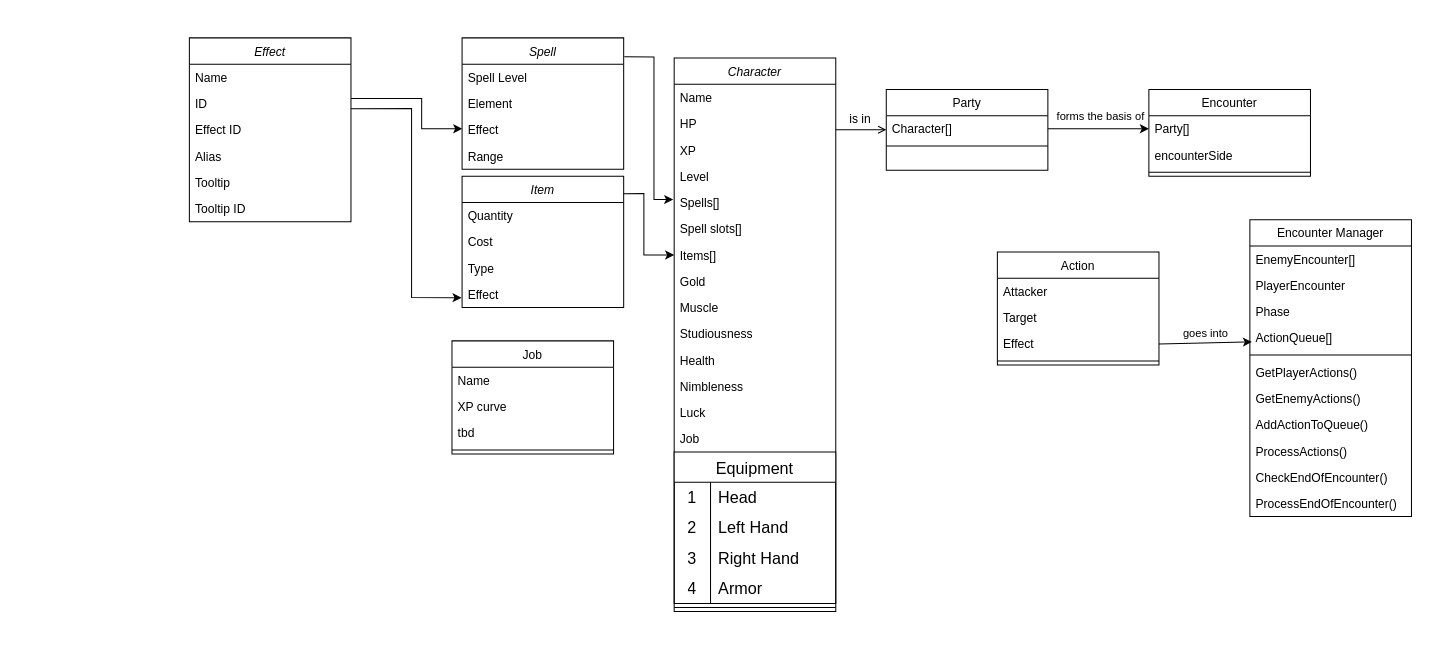
This is classes.drawio from Schir/rpg-backend, a draw.io file, before an edit. Source tidied: cells renumbered, new cells numbered last; positions are measured from the earlier drawing's top-left corner, leaving out a move shared by most shapes. Both pictures are drawn from the tidied source at 101%, with x=0, y=0 at pixel (189, 37).
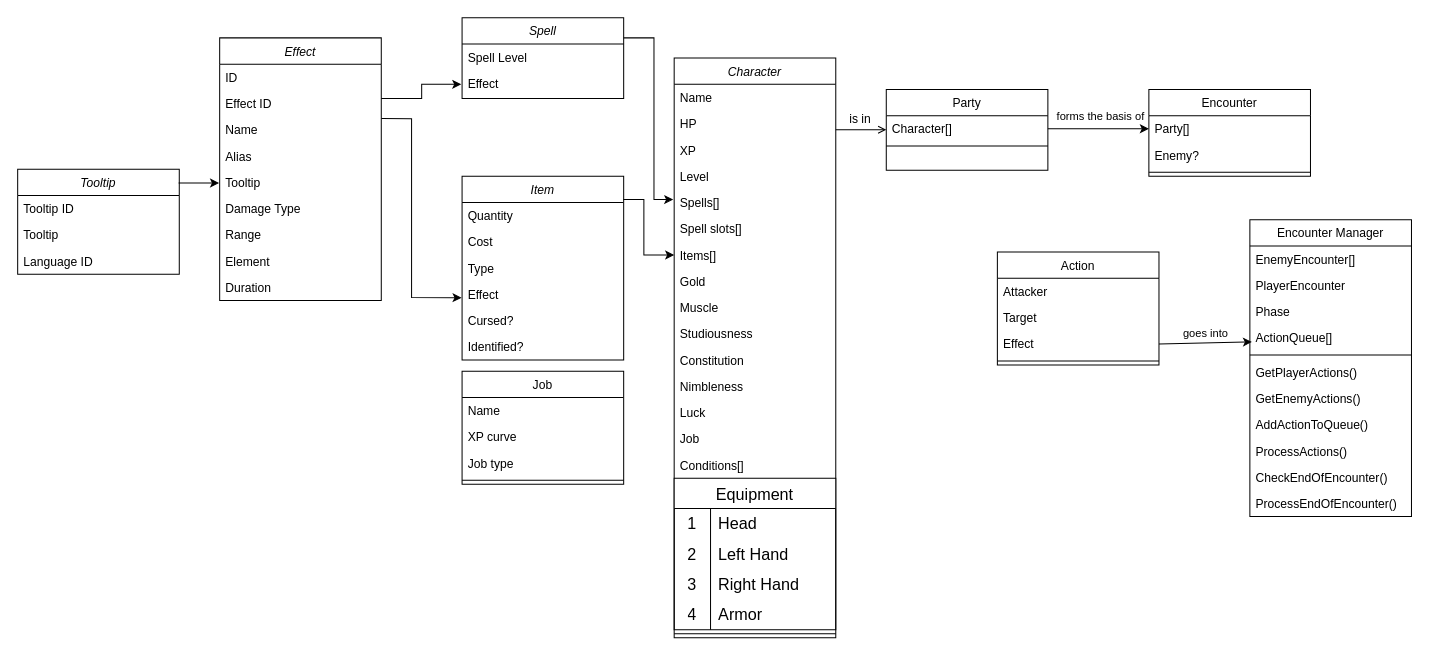
Above is the later version.

The change refers to these unchanged cells:
```xml
<mxCell id="7" value="Spells[]" style="text;align=left;verticalAlign=top;spacingLeft=4;spacingRight=4;overflow=hidden;points=[[0,0.5],[1,0.5]];portConstraint=eastwest;rounded=0;shadow=0;html=0;" parent="2" vertex="1">
  <mxGeometry y="130" width="160" height="26" as="geometry" />
</mxCell>
<mxCell id="9" value="Items[]" style="text;align=left;verticalAlign=top;spacingLeft=4;spacingRight=4;overflow=hidden;points=[[0,0.5],[1,0.5]];portConstraint=eastwest;rounded=0;shadow=0;html=0;" parent="2" vertex="1">
  <mxGeometry y="182" width="160" height="26" as="geometry" />
</mxCell>
<mxCell id="40" value="Effect" style="text;align=left;verticalAlign=top;spacingLeft=4;spacingRight=4;overflow=hidden;points=[[0,0.5],[1,0.5]];portConstraint=eastwest;rounded=0;shadow=0;html=0;" parent="36" vertex="1">
  <mxGeometry y="104" width="160" height="26" as="geometry" />
</mxCell>
<mxCell id="41" value="Encounter" style="swimlane;fontStyle=0;align=center;verticalAlign=top;horizontal=1;startSize=26;rounded=0;shadow=0;strokeWidth=1;" parent="1" vertex="1">
  <mxGeometry x="950" y="51" width="160" height="86" as="geometry" />
</mxCell>
<mxCell id="58" value="Tooltip" style="text;align=left;verticalAlign=top;spacingLeft=4;spacingRight=4;overflow=hidden;points=[[0,0.5],[1,0.5]];portConstraint=eastwest;rounded=0;shadow=0;html=0;" parent="53" vertex="1">
  <mxGeometry y="130" width="160" height="26" as="geometry" />
</mxCell>
```

Diff of the diagram source:
```diff
@@
     <mxCell id="2" value="Character" style="swimlane;fontStyle=2;align=center;verticalAlign=top;horizontal=1;startSize=26;rounded=0;shadow=0;strokeWidth=1;" parent="1" vertex="1">
-      <mxGeometry x="480" y="20" width="160" height="548" as="geometry" />
+      <mxGeometry x="480" y="20" width="160" height="574" as="geometry" />
     </mxCell>
@@
-    <mxCell id="13" value="Health" style="text;align=left;verticalAlign=top;spacingLeft=4;spacingRight=4;overflow=hidden;rounded=0;shadow=0;html=0;" parent="2" vertex="1">
+    <mxCell id="13" value="Constitution" style="text;align=left;verticalAlign=top;spacingLeft=4;spacingRight=4;overflow=hidden;rounded=0;shadow=0;html=0;" parent="2" vertex="1">
       <mxGeometry y="286" width="160" height="26" as="geometry" />
     </mxCell>
@@
+    <mxCell id="87" value="Conditions[]" style="text;align=left;verticalAlign=top;spacingLeft=4;spacingRight=4;overflow=hidden;rounded=0;shadow=0;html=0;" parent="2" vertex="1">
+      <mxGeometry y="390" width="160" height="26" as="geometry" />
+    </mxCell>
     <mxCell id="17" value="Equipment" style="shape=table;startSize=30;childLayout=tableLayout;rowLines=0;fontStyle=0;strokeColor=default;fontSize=16;" parent="2" vertex="1">
-      <mxGeometry y="390" width="160" height="150" as="geometry" />
+      <mxGeometry y="416" width="160" height="150" as="geometry" />
     </mxCell>
@@
     <mxCell id="30" style="line;html=1;strokeWidth=1;align=left;verticalAlign=middle;spacingTop=-1;spacingLeft=3;spacingRight=3;labelPosition=right;" parent="2" vertex="1">
-      <mxGeometry y="540" width="160" height="8" as="geometry" />
+      <mxGeometry y="566" width="160" height="8" as="geometry" />
     </mxCell>
@@
     <mxCell id="36" value="Item" style="swimlane;fontStyle=2;align=center;verticalAlign=top;horizontal=1;startSize=26;rounded=0;shadow=0;strokeWidth=1;" parent="1" vertex="1">
-      <mxGeometry x="270" y="137" width="160" height="130" as="geometry" />
+      <mxGeometry x="270" y="137" width="160" height="182" as="geometry" />
     </mxCell>
@@
+    <mxCell id="88" value="Cursed?" style="text;align=left;verticalAlign=top;spacingLeft=4;spacingRight=4;overflow=hidden;rounded=0;shadow=0;html=0;" parent="36" vertex="1">
+      <mxGeometry y="130" width="160" height="26" as="geometry" />
+    </mxCell>
+    <mxCell id="89" value="Identified?" style="text;align=left;verticalAlign=top;spacingLeft=4;spacingRight=4;overflow=hidden;rounded=0;shadow=0;html=0;" parent="36" vertex="1">
+      <mxGeometry y="156" width="160" height="26" as="geometry" />
+    </mxCell>
@@
-    <mxCell id="43" value="encounterSide" style="text;align=left;verticalAlign=top;spacingLeft=4;spacingRight=4;overflow=hidden;" parent="41" vertex="1">
+    <mxCell id="43" value="Enemy?" style="text;align=left;verticalAlign=top;spacingLeft=4;spacingRight=4;overflow=hidden;" parent="41" vertex="1">
       <mxGeometry y="52" width="160" height="26" as="geometry" />
     </mxCell>
@@
-    <mxCell id="47" style="endArrow=classic;html=1;rounded=0;entryX=0;entryY=0.5;entryDx=0;entryDy=0;exitX=0.998;exitY=0.133;exitDx=0;exitDy=0;exitPerimeter=0;" parent="1" edge="1" source="36" target="9">
+    <mxCell id="47" style="endArrow=classic;html=1;rounded=0;entryX=0;entryY=0.5;entryDx=0;entryDy=0;exitX=0.998;exitY=0.126;exitDx=0;exitDy=0;exitPerimeter=0;" parent="1" edge="1" source="36" target="9">
       <mxGeometry relative="1" as="geometry">
         <Array as="points">
-          <mxPoint x="450" y="154" />
+          <mxPoint x="450" y="160" />
           <mxPoint x="450" y="215" />
         </Array>
       </mxGeometry>
     </mxCell>
     <mxCell id="48" value="Spell" style="swimlane;fontStyle=2;align=center;verticalAlign=top;horizontal=1;startSize=26;rounded=0;shadow=0;strokeWidth=1;" parent="1" vertex="1">
-      <mxGeometry x="270" width="160" height="130" as="geometry" />
+      <mxGeometry x="270" y="-20" width="160" height="80" as="geometry" />
     </mxCell>
@@
-    <mxCell id="50" value="Element" style="text;align=left;verticalAlign=top;spacingLeft=4;spacingRight=4;overflow=hidden;rounded=0;shadow=0;html=0;" parent="48" vertex="1">
-      <mxGeometry y="52" width="160" height="26" as="geometry" />
-    </mxCell>
     <mxCell id="51" value="Effect" style="text;align=left;verticalAlign=top;spacingLeft=4;spacingRight=4;overflow=hidden;points=[[0,0.5],[1,0.5]];portConstraint=eastwest;rounded=0;shadow=0;html=0;" parent="48" vertex="1">
-      <mxGeometry y="78" width="160" height="26" as="geometry" />
+      <mxGeometry y="52" width="160" height="26" as="geometry" />
     </mxCell>
-    <mxCell id="52" value="Range" style="text;align=left;verticalAlign=top;spacingLeft=4;spacingRight=4;overflow=hidden;rounded=0;shadow=0;html=0;" parent="48" vertex="1">
-      <mxGeometry y="104" width="160" height="26" as="geometry" />
-    </mxCell>
     <mxCell id="53" value="Effect" style="swimlane;fontStyle=2;align=center;verticalAlign=top;horizontal=1;startSize=26;rounded=0;shadow=0;strokeWidth=1;" parent="1" vertex="1">
-      <mxGeometry width="160" height="182" as="geometry" />
+      <mxGeometry x="30" width="160" height="260" as="geometry" />
     </mxCell>
-    <mxCell id="54" value="Name" style="text;align=left;verticalAlign=top;spacingLeft=4;spacingRight=4;overflow=hidden;" parent="53" vertex="1">
-      <mxGeometry y="26" width="160" height="26" as="geometry" />
-    </mxCell>
     <mxCell id="55" value="ID" style="text;align=left;verticalAlign=top;spacingLeft=4;spacingRight=4;overflow=hidden;points=[[0,0.5],[1,0.5]];portConstraint=eastwest;rounded=0;shadow=0;html=0;" parent="53" vertex="1">
-      <mxGeometry y="52" width="160" height="26" as="geometry" />
+      <mxGeometry y="26" width="160" height="26" as="geometry" />
     </mxCell>
     <mxCell id="56" value="Effect ID" style="text;align=left;verticalAlign=top;spacingLeft=4;spacingRight=4;overflow=hidden;points=[[0,0.5],[1,0.5]];portConstraint=eastwest;rounded=0;shadow=0;html=0;" parent="53" vertex="1">
-      <mxGeometry y="78" width="160" height="26" as="geometry" />
+      <mxGeometry y="52" width="160" height="26" as="geometry" />
     </mxCell>
+    <mxCell id="54" value="Name" style="text;align=left;verticalAlign=top;spacingLeft=4;spacingRight=4;overflow=hidden;" parent="53" vertex="1">
+      <mxGeometry y="78" width="160" height="26" as="geometry" />
+    </mxCell>
@@
-    <mxCell id="59" value="Tooltip ID" style="text;align=left;verticalAlign=top;spacingLeft=4;spacingRight=4;overflow=hidden;rounded=0;shadow=0;html=0;" parent="53" vertex="1">
-      <mxGeometry y="156" width="160" height="26" as="geometry" />
-    </mxCell>
+    <mxCell id="90" value="Damage Type" style="text;align=left;verticalAlign=top;spacingLeft=4;spacingRight=4;overflow=hidden;rounded=0;shadow=0;html=0;" parent="53" vertex="1">
+      <mxGeometry y="156" width="160" height="26" as="geometry" />
+    </mxCell>
+    <mxCell id="52" value="Range" style="text;align=left;verticalAlign=top;spacingLeft=4;spacingRight=4;overflow=hidden;rounded=0;shadow=0;html=0;" parent="53" vertex="1">
+      <mxGeometry y="182" width="160" height="26" as="geometry" />
+    </mxCell>
+    <mxCell id="50" value="Element" style="text;align=left;verticalAlign=top;spacingLeft=4;spacingRight=4;overflow=hidden;rounded=0;shadow=0;html=0;" parent="53" vertex="1">
+      <mxGeometry y="208" width="160" height="26" as="geometry" />
+    </mxCell>
+    <mxCell id="91" value="Duration" style="text;align=left;verticalAlign=top;spacingLeft=4;spacingRight=4;overflow=hidden;rounded=0;shadow=0;html=0;" parent="53" vertex="1">
+      <mxGeometry y="234" width="160" height="26" as="geometry" />
+    </mxCell>
-    <mxCell id="60" style="endArrow=classic;html=1;rounded=0;exitX=1.004;exitY=0.144;exitDx=0;exitDy=0;exitPerimeter=0;entryX=-0.006;entryY=0.39;entryDx=0;entryDy=0;entryPerimeter=0;" parent="1" edge="1" source="48" target="7">
+    <mxCell id="60" style="endArrow=classic;html=1;rounded=0;exitX=1;exitY=0.25;exitDx=0;exitDy=0;entryX=-0.006;entryY=0.39;entryDx=0;entryDy=0;entryPerimeter=0;" parent="1" edge="1" source="48" target="7">
       <mxGeometry relative="1" as="geometry">
         <Array as="points">
-          <mxPoint x="460" y="19" />
+          <mxPoint x="460" />
           <mxPoint x="460" y="160" />
         </Array>
       </mxGeometry>
     </mxCell>
-    <mxCell id="61" style="endArrow=classic;html=1;rounded=0;entryX=0.001;entryY=0.459;entryDx=0;entryDy=0;entryPerimeter=0;" parent="1" edge="1" target="51">
+    <mxCell id="61" style="endArrow=classic;html=1;rounded=0;entryX=-0.005;entryY=0.537;entryDx=0;entryDy=0;entryPerimeter=0;" parent="1" edge="1" target="51">
       <mxGeometry relative="1" as="geometry">
-        <mxPoint x="160" y="60" as="sourcePoint" />
+        <mxPoint x="190" y="60" as="sourcePoint" />
         <Array as="points">
           <mxPoint x="230" y="60" />
-          <mxPoint x="230" y="90" />
+          <mxPoint x="230" y="46" />
         </Array>
       </mxGeometry>
     </mxCell>
-    <mxCell id="62" style="endArrow=classic;html=1;rounded=0;entryX=-0.003;entryY=0.628;entryDx=0;entryDy=0;entryPerimeter=0;exitX=1;exitY=0.703;exitDx=0;exitDy=0;exitPerimeter=0;" parent="1" edge="1" source="55" target="40">
+    <mxCell id="62" style="endArrow=classic;html=1;rounded=0;entryX=-0.003;entryY=0.628;entryDx=0;entryDy=0;entryPerimeter=0;exitX=1.001;exitY=1.071;exitDx=0;exitDy=0;exitPerimeter=0;" parent="1" edge="1" source="56" target="40">
       <mxGeometry relative="1" as="geometry">
         <Array as="points">
-          <mxPoint x="220" y="70" />
+          <mxPoint x="220" y="80" />
           <mxPoint x="220" y="257" />
         </Array>
       </mxGeometry>
     </mxCell>
@@
     <mxCell id="82" value="Job" style="swimlane;fontStyle=0;align=center;verticalAlign=top;horizontal=1;startSize=26;rounded=0;shadow=0;strokeWidth=1;" parent="1" vertex="1">
-      <mxGeometry x="260" y="300" width="160" height="112" as="geometry" />
+      <mxGeometry x="270" y="330" width="160" height="112" as="geometry" />
     </mxCell>
@@
-    <mxCell id="85" value="tbd" style="text;align=left;verticalAlign=top;spacingLeft=4;spacingRight=4;overflow=hidden;" parent="82" vertex="1">
+    <mxCell id="85" value="Job type" style="text;align=left;verticalAlign=top;spacingLeft=4;spacingRight=4;overflow=hidden;" parent="82" vertex="1">
       <mxGeometry y="78" width="160" height="26" as="geometry" />
     </mxCell>
@@
+    <mxCell id="92" value="Tooltip" style="swimlane;fontStyle=2;align=center;verticalAlign=top;horizontal=1;startSize=26;rounded=0;shadow=0;strokeWidth=1;" parent="1" vertex="1">
+      <mxGeometry x="-170" y="130" width="160" height="104" as="geometry" />
+    </mxCell>
+    <mxCell id="59" value="Tooltip ID" style="text;align=left;verticalAlign=top;spacingLeft=4;spacingRight=4;overflow=hidden;rounded=0;shadow=0;html=0;" parent="92" vertex="1">
+      <mxGeometry y="26" width="160" height="26" as="geometry" />
+    </mxCell>
+    <mxCell id="93" value="Tooltip" style="text;align=left;verticalAlign=top;spacingLeft=4;spacingRight=4;overflow=hidden;rounded=0;shadow=0;html=0;" parent="92" vertex="1">
+      <mxGeometry y="52" width="160" height="26" as="geometry" />
+    </mxCell>
+    <mxCell id="94" value="Language ID" style="text;align=left;verticalAlign=top;spacingLeft=4;spacingRight=4;overflow=hidden;rounded=0;shadow=0;html=0;" parent="92" vertex="1">
+      <mxGeometry y="78" width="160" height="26" as="geometry" />
+    </mxCell>
+    <mxCell id="95" style="endArrow=classic;html=1;rounded=0;exitX=0.996;exitY=0.132;exitDx=0;exitDy=0;exitPerimeter=0;entryX=-0.004;entryY=0.526;entryDx=0;entryDy=0;entryPerimeter=0;" parent="1" edge="1" source="92" target="58">
+      <mxGeometry relative="1" as="geometry" />
+    </mxCell>
```
